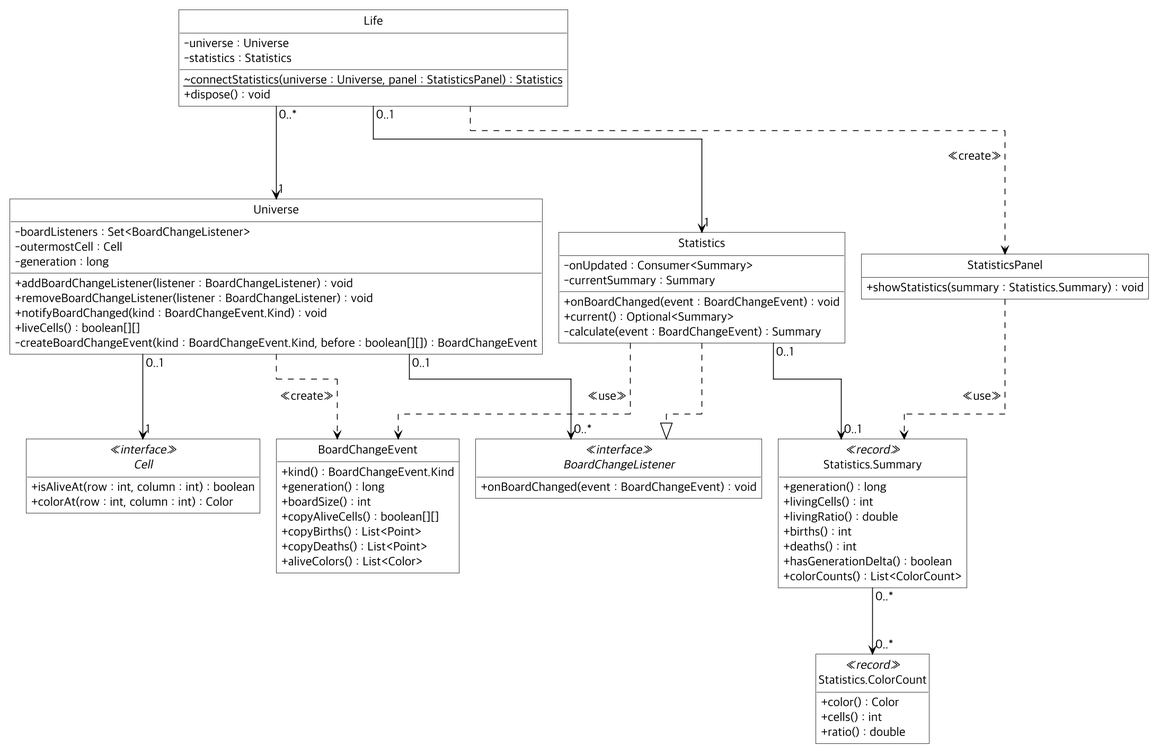
This is docs/statistics/diagrams/statistics-classes.png from mckimR1972/DP_team_project, a PlantUML export, as it was before one commit. Source of this version:
```plantuml
@startuml statistics-classes
!pragma layout elk
top to bottom direction
skinparam defaultFontName "Apple SD Gothic Neo"
skinparam defaultFontSize 15
skinparam dpi 150
skinparam monochrome true
skinparam backgroundColor white
skinparam shadowing false
skinparam roundcorner 0
skinparam linetype ortho
skinparam nodesep 70
skinparam ranksep 65
skinparam classAttributeIconSize 0
skinparam classBackgroundColor white
skinparam classBorderColor black
skinparam ArrowColor black
hide circle
hide empty members

class Life {
    -universe : Universe
    -statistics : Statistics
    {static} ~connectStatistics(universe : Universe, panel : StatisticsPanel) : Statistics
    +dispose() : void
}

class Universe {
    -boardListeners : Set<BoardChangeListener>
    -outermostCell : Cell
    -generation : long
    +addBoardChangeListener(listener : BoardChangeListener) : void
    +removeBoardChangeListener(listener : BoardChangeListener) : void
    +notifyBoardChanged(kind : BoardChangeEvent.Kind) : void
    +liveCells() : boolean[][]
    -createBoardChangeEvent(kind : BoardChangeEvent.Kind, before : boolean[][]) : BoardChangeEvent
}

interface BoardChangeListener <<interface>> {
    +onBoardChanged(event : BoardChangeEvent) : void
}

class BoardChangeEvent {
    +kind() : BoardChangeEvent.Kind
    +generation() : long
    +boardSize() : int
    +copyAliveCells() : boolean[][]
    +copyBirths() : List<Point>
    +copyDeaths() : List<Point>
    +aliveColors() : List<Color>
}

class Statistics {
    -onUpdated : Consumer<Summary>
    -currentSummary : Summary
    +onBoardChanged(event : BoardChangeEvent) : void
    +current() : Optional<Summary>
    -calculate(event : BoardChangeEvent) : Summary
}

class StatisticsPanel {
    +showStatistics(summary : Statistics.Summary) : void
}

class "Statistics.Summary" as Summary <<record>> {
    +generation() : long
    +livingCells() : int
    +livingRatio() : double
    +births() : int
    +deaths() : int
    +hasGenerationDelta() : boolean
    +colorCounts() : List<ColorCount>
}

class "Statistics.ColorCount" as ColorCount <<record>> {
    +color() : Color
    +cells() : int
    +ratio() : double
}

interface Cell <<interface>> {
    +isAliveAt(row : int, column : int) : boolean
    +colorAt(row : int, column : int) : Color
}

Life "0..*" --> "1" Universe
Life "0..1" --> "1" Statistics
Life ..> StatisticsPanel : <<create>>
Universe "0..1" --> "0..*" BoardChangeListener
Statistics ..|> BoardChangeListener
Universe "0..1" --> "1" Cell
Universe ..> BoardChangeEvent : <<create>>
Statistics ..> BoardChangeEvent : <<use>>
Statistics "0..1" --> "0..1" Summary
StatisticsPanel ..> Summary : <<use>>
Summary "0..*" --> "0..*" ColorCount
@enduml
```
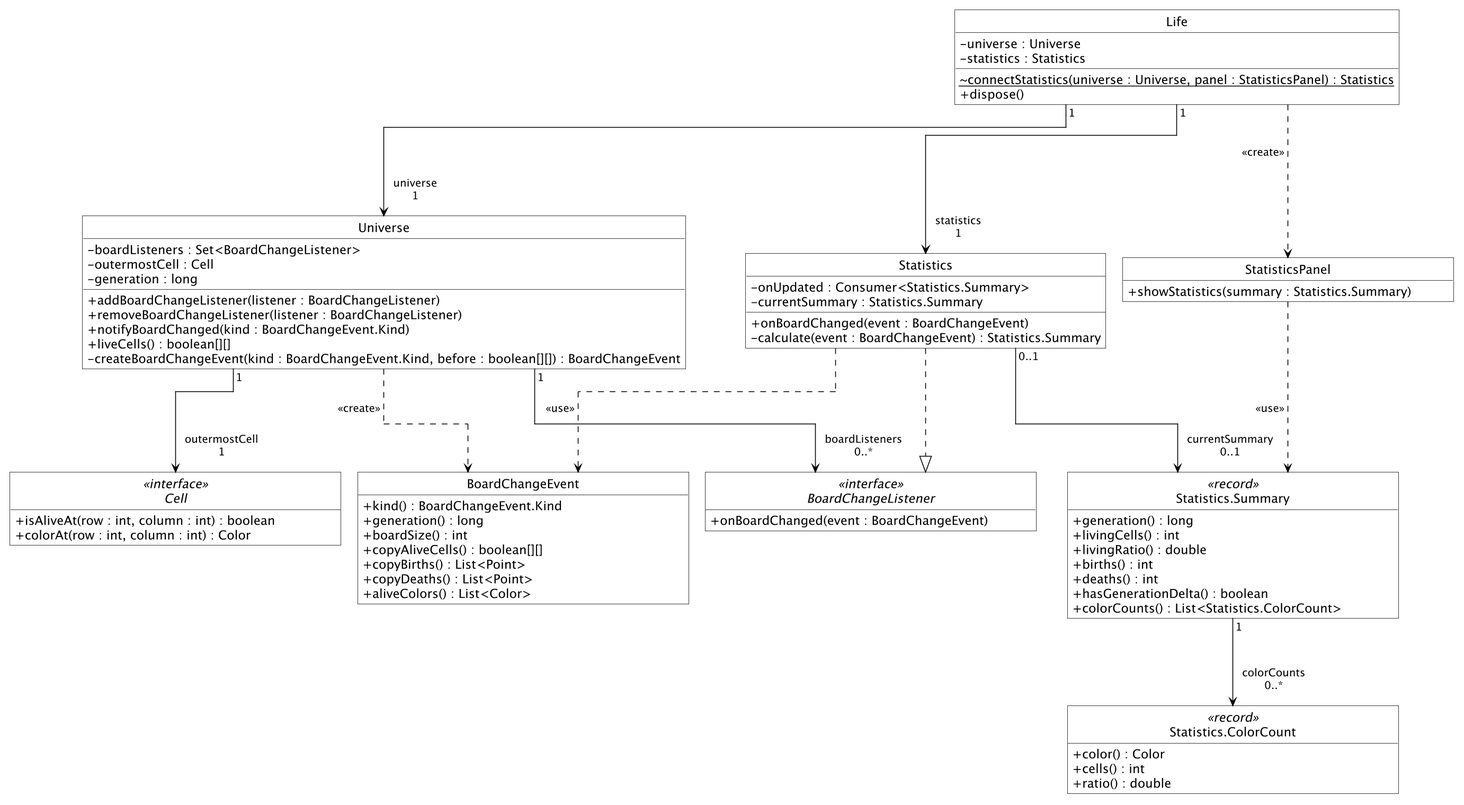
Later version of the same file.

Change to the diagram source:
```diff
@@ -1,7 +1,7 @@
 @startuml statistics-classes
 !pragma layout elk
 top to bottom direction
-skinparam defaultFontName "Apple SD Gothic Neo"
+skinparam defaultFontName "Malgun Gothic"
 skinparam defaultFontSize 15
 skinparam dpi 150
 skinparam monochrome true
@@ -12,9 +12,11 @@
 skinparam nodesep 70
 skinparam ranksep 65
 skinparam classAttributeIconSize 0
+skinparam minClassWidth 400
 skinparam classBackgroundColor white
 skinparam classBorderColor black
 skinparam ArrowColor black
+skinparam ArrowFontSize 13
 hide circle
 hide empty members
 
@@ -22,22 +24,22 @@
     -universe : Universe
     -statistics : Statistics
     {static} ~connectStatistics(universe : Universe, panel : StatisticsPanel) : Statistics
-    +dispose() : void
+    +dispose()
 }
 
 class Universe {
     -boardListeners : Set<BoardChangeListener>
     -outermostCell : Cell
     -generation : long
-    +addBoardChangeListener(listener : BoardChangeListener) : void
-    +removeBoardChangeListener(listener : BoardChangeListener) : void
-    +notifyBoardChanged(kind : BoardChangeEvent.Kind) : void
+    +addBoardChangeListener(listener : BoardChangeListener)
+    +removeBoardChangeListener(listener : BoardChangeListener)
+    +notifyBoardChanged(kind : BoardChangeEvent.Kind)
     +liveCells() : boolean[][]
     -createBoardChangeEvent(kind : BoardChangeEvent.Kind, before : boolean[][]) : BoardChangeEvent
 }
 
 interface BoardChangeListener <<interface>> {
-    +onBoardChanged(event : BoardChangeEvent) : void
+    +onBoardChanged(event : BoardChangeEvent)
 }
 
 class BoardChangeEvent {
@@ -51,15 +53,14 @@
 }
 
 class Statistics {
-    -onUpdated : Consumer<Summary>
-    -currentSummary : Summary
-    +onBoardChanged(event : BoardChangeEvent) : void
-    +current() : Optional<Summary>
-    -calculate(event : BoardChangeEvent) : Summary
+    -onUpdated : Consumer<Statistics.Summary>
+    -currentSummary : Statistics.Summary
+    +onBoardChanged(event : BoardChangeEvent)
+    -calculate(event : BoardChangeEvent) : Statistics.Summary
 }
 
 class StatisticsPanel {
-    +showStatistics(summary : Statistics.Summary) : void
+    +showStatistics(summary : Statistics.Summary)
 }
 
 class "Statistics.Summary" as Summary <<record>> {
@@ -69,7 +70,7 @@
     +births() : int
     +deaths() : int
     +hasGenerationDelta() : boolean
-    +colorCounts() : List<ColorCount>
+    +colorCounts() : List<Statistics.ColorCount>
 }
 
 class "Statistics.ColorCount" as ColorCount <<record>> {
@@ -83,15 +84,15 @@
     +colorAt(row : int, column : int) : Color
 }
 
-Life "0..*" --> "1" Universe
-Life "0..1" --> "1" Statistics
+Life "1" --> "  universe\n  1\n " Universe
+Life "1" --> "  statistics\n  1\n " Statistics
 Life ..> StatisticsPanel : <<create>>
-Universe "0..1" --> "0..*" BoardChangeListener
+Universe "1" --> "  boardListeners\n  0..*\n " BoardChangeListener
 Statistics ..|> BoardChangeListener
-Universe "0..1" --> "1" Cell
+Universe "1" --> "  outermostCell\n  1\n " Cell
 Universe ..> BoardChangeEvent : <<create>>
 Statistics ..> BoardChangeEvent : <<use>>
-Statistics "0..1" --> "0..1" Summary
+Statistics "0..1" --> "  currentSummary\n  0..1\n " Summary
 StatisticsPanel ..> Summary : <<use>>
-Summary "0..*" --> "0..*" ColorCount
+Summary "1" --> "  colorCounts\n  0..*\n " ColorCount
 @enduml
```
